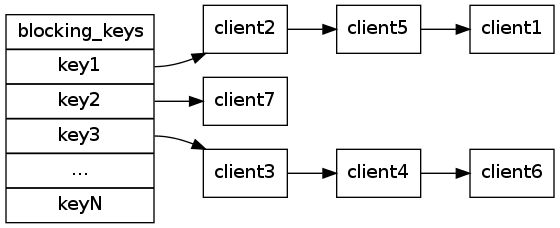
Above: datatype/image/db_blocking_keys.png in huangzworks/redisbook (Graphviz), before the change. Its source is kept beside it as datatype/image/db_blocking_keys.dot. Source of this version:
```dot
digraph db_blocking_keys {

    rankdir = LR;

    node [shape = record];


    blocking_keys [label = "blocking_keys |<key1> key1 |<key2> key2 |<key3> key3 | ... |<keyN> keyN"];

    client1 [label = "client1"];
    client5 [label = "client5"];
    client2 [label = "client2"];

    blocking_keys:key1 -> client2;
    client2 -> client5;
    client5 -> client1;

    client7 [label = "client7"];

    blocking_keys:key2 -> client7;


    client3 [label = "client3"];
    client4 [label = "client4"];
    client6 [label = "client6"];

    blocking_keys:key3 -> client3;
    client3 -> client4;
    client4 -> client6;
}
```
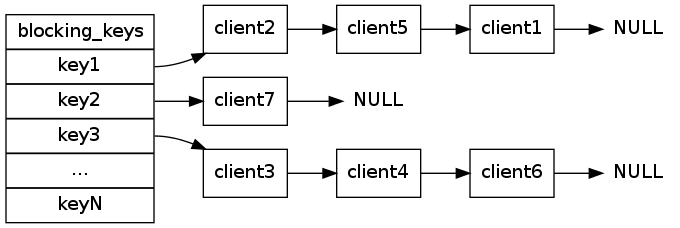
The same diagram one commit later.

Change to the diagram source:
```diff
@@ -10,21 +10,27 @@
     client1 [label = "client1"];
     client5 [label = "client5"];
     client2 [label = "client2"];
+    null_1 [label = "NULL", shape=plaintext];
 
     blocking_keys:key1 -> client2;
     client2 -> client5;
     client5 -> client1;
+    client1 -> null_1;
 
     client7 [label = "client7"];
+    null_2 [label = "NULL", shape=plaintext];
 
     blocking_keys:key2 -> client7;
+    client7 -> null_2;
 
 
     client3 [label = "client3"];
     client4 [label = "client4"];
     client6 [label = "client6"];
+    null_3 [label = "NULL", shape=plaintext];
 
     blocking_keys:key3 -> client3;
     client3 -> client4;
     client4 -> client6;
+    client6 -> null_3;
 }
```
